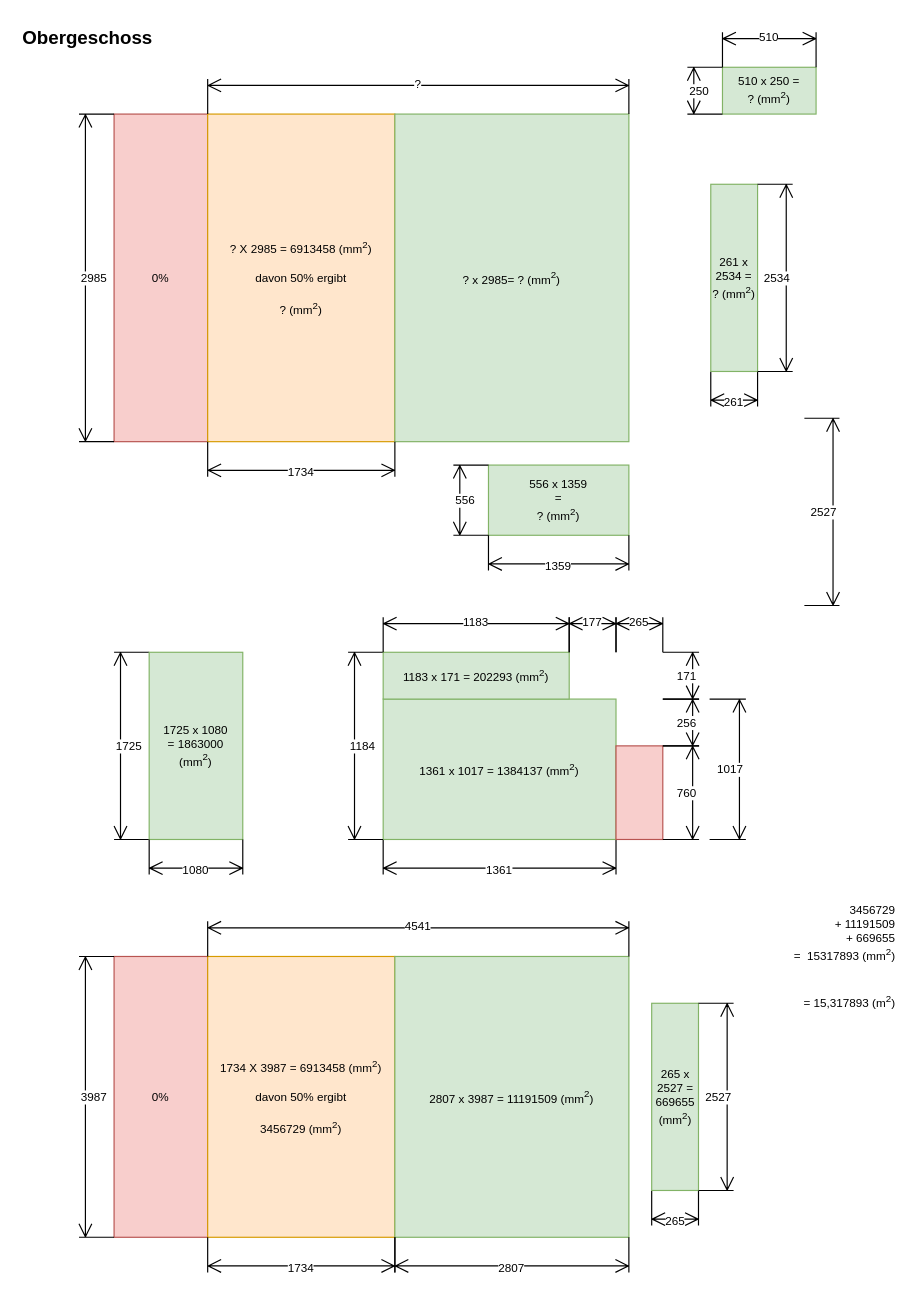
The draw.io diagram page "Obergeschoss" (2 of 3) of ruderzimmer.drawio in episcopus2001/wohnflaeche, before the edit. Source tidied: cells renumbered, new cells numbered last; positions are measured from the earlier drawing's top-left corner, leaving out a move shared by most shapes. Both pictures are drawn from the tidied source at 117%, with x=0, y=0 at pixel (20, 20).
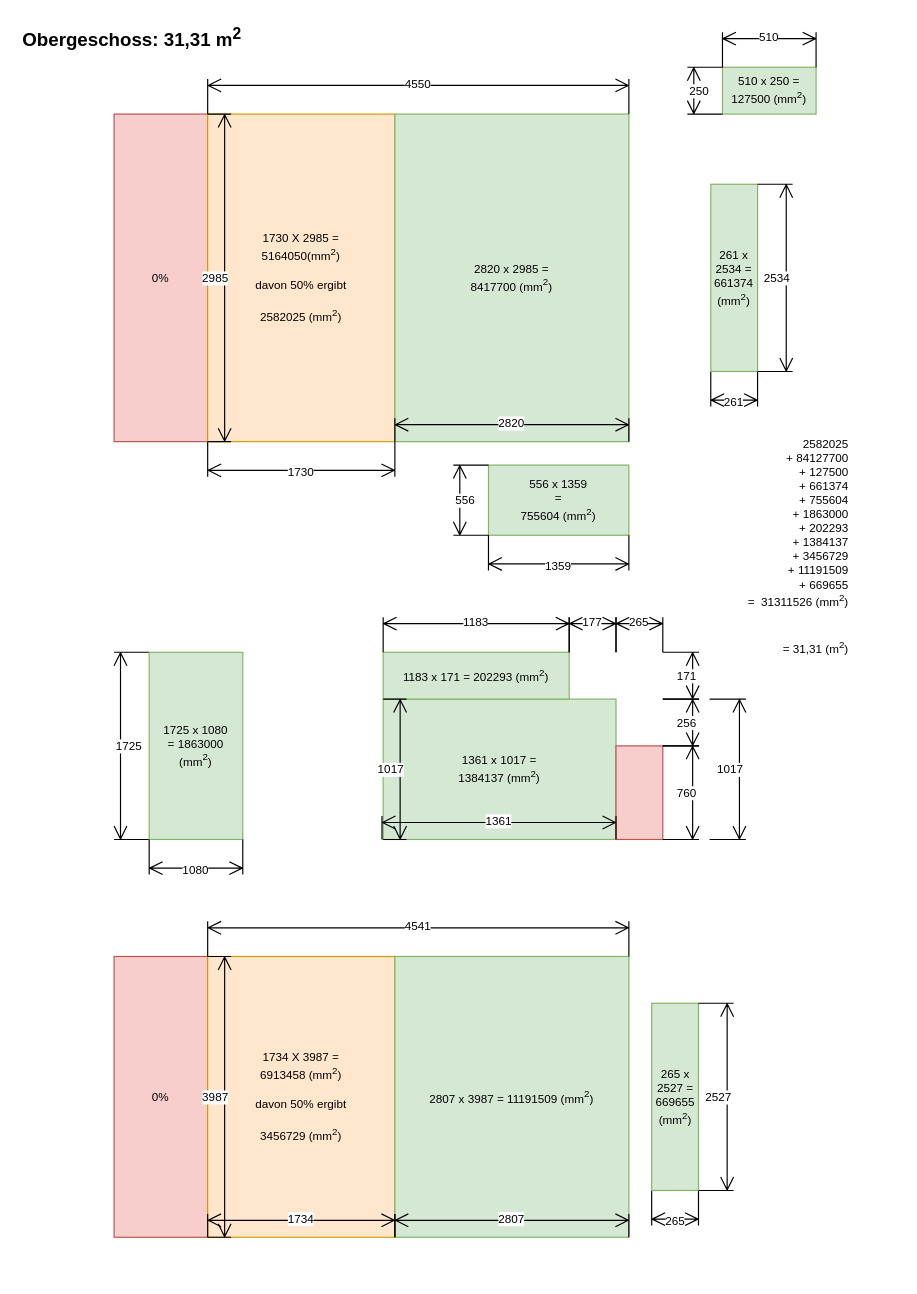
The same diagram, later.

The edit, as a diff of the source:
```diff
@@
-    <mxCell id="2" value="Obergeschoss" style="text;html=1;strokeColor=none;fillColor=none;align=left;verticalAlign=middle;whiteSpace=wrap;rounded=0;fontStyle=1;fontSize=16;" parent="1" vertex="1">
-      <mxGeometry width="160" height="30" as="geometry" />
+    <mxCell id="2" value="Obergeschoss: 31,31 m&lt;sup&gt;2&lt;/sup&gt;" style="text;html=1;strokeColor=none;fillColor=none;align=left;verticalAlign=middle;whiteSpace=wrap;rounded=0;fontStyle=1;fontSize=16;" parent="1" vertex="1">
+      <mxGeometry width="280" height="30" as="geometry" />
     </mxCell>
@@
-    <mxCell id="5" value="3987" style="shape=dimension;direction=south;whiteSpace=wrap;html=1;align=left;verticalAlign=middle;labelBackgroundColor=#ffffff;fontSize=10;" parent="1" vertex="1">
-      <mxGeometry x="50" y="800" width="30" height="240" as="geometry" />
-    </mxCell>
@@
-    <mxCell id="8" value="1734 X 3987 = 6913458 (mm&lt;sup&gt;2&lt;/sup&gt;) &lt;br&gt;&lt;br&gt;&lt;div&gt;davon 50% ergibt&lt;/div&gt;&lt;div&gt;&lt;br&gt;&lt;/div&gt;&lt;div&gt;3456729 (mm&lt;sup&gt;2&lt;/sup&gt;)&lt;/div&gt;" style="rounded=0;whiteSpace=wrap;html=1;fillColor=#ffe6cc;strokeColor=#d79b00;fontSize=10;" parent="1" vertex="1">
+    <mxCell id="8" value="1734 X 3987 =&lt;br&gt;6913458 (mm&lt;sup&gt;2&lt;/sup&gt;) &lt;br&gt;&lt;br&gt;&lt;div&gt;davon 50% ergibt&lt;/div&gt;&lt;div&gt;&lt;br&gt;&lt;/div&gt;&lt;div&gt;3456729 (mm&lt;sup&gt;2&lt;/sup&gt;)&lt;/div&gt;" style="rounded=0;whiteSpace=wrap;html=1;fillColor=#ffe6cc;strokeColor=#d79b00;fontSize=10;" parent="1" vertex="1">
       <mxGeometry x="160" y="800" width="160" height="240" as="geometry" />
     </mxCell>
@@
-    <mxCell id="10" value="2807" style="shape=dimension;whiteSpace=wrap;html=1;align=center;verticalAlign=bottom;spacingBottom=-5;labelBackgroundColor=#ffffff;fontSize=10;" parent="1" vertex="1">
-      <mxGeometry x="320" y="1040" width="200" height="30" as="geometry" />
-    </mxCell>
-    <mxCell id="11" value="1734" style="shape=dimension;whiteSpace=wrap;html=1;align=center;verticalAlign=bottom;spacingBottom=-5;labelBackgroundColor=#ffffff;fontSize=10;" parent="1" vertex="1">
-      <mxGeometry x="160" y="1040" width="160" height="30" as="geometry" />
-    </mxCell>
-    <mxCell id="12" value="3456729&lt;br&gt;&lt;div&gt;+ 11191509&lt;br&gt;+ 669655&lt;br&gt;=&amp;nbsp; 15317893 (mm&lt;sup&gt;2&lt;/sup&gt;)&lt;br&gt;&lt;/div&gt;&lt;br&gt;&lt;br&gt;= 15,317893 (m&lt;sup&gt;2&lt;/sup&gt;)" style="text;html=1;strokeColor=none;fillColor=none;align=right;verticalAlign=middle;whiteSpace=wrap;rounded=0;fontSize=10;fontColor=none;" parent="1" vertex="1">
-      <mxGeometry x="650" y="780" width="100" height="40" as="geometry" />
+    <mxCell id="12" value="2582025&lt;br&gt;+ 84127700&lt;br&gt;+ 127500&lt;br&gt;+ 661374&lt;br&gt;+ 755604&lt;br&gt;+ 1863000&lt;br&gt;+ 202293&lt;br&gt;+ 1384137&lt;br&gt;+ 3456729&lt;br&gt;+ 11191509&lt;br&gt;+ 669655&lt;br&gt;&lt;div&gt;=&amp;nbsp; 31311526 (mm&lt;sup&gt;2&lt;/sup&gt;)&lt;br&gt;&lt;/div&gt;&lt;br&gt;&lt;br&gt;= 31,31 (m&lt;sup&gt;2&lt;/sup&gt;)" style="text;html=1;strokeColor=none;fillColor=none;align=right;verticalAlign=middle;whiteSpace=wrap;rounded=0;fontSize=10;fontColor=none;" parent="1" vertex="1">
+      <mxGeometry x="609.5" y="430" width="100" height="40" as="geometry" />
     </mxCell>
@@
-    <mxCell id="15" value="2985" style="shape=dimension;direction=south;whiteSpace=wrap;html=1;align=left;verticalAlign=middle;labelBackgroundColor=#ffffff;fontSize=10;" parent="1" vertex="1">
-      <mxGeometry x="50" y="80" width="30" height="280" as="geometry" />
-    </mxCell>
-    <mxCell id="16" value="261 x 2534 = ? (mm&lt;sup&gt;2&lt;/sup&gt;)" style="rounded=0;whiteSpace=wrap;html=1;fillColor=#d5e8d4;strokeColor=#82b366;fontSize=10;" parent="1" vertex="1">
+    <mxCell id="16" value="261 x 2534 = 661374 (mm&lt;sup&gt;2&lt;/sup&gt;)" style="rounded=0;whiteSpace=wrap;html=1;fillColor=#d5e8d4;strokeColor=#82b366;fontSize=10;" parent="1" vertex="1">
       <mxGeometry x="590" y="140" width="40" height="160" as="geometry" />
     </mxCell>
@@
-    <mxCell id="18" value="? X 2985 = 6913458 (mm&lt;sup&gt;2&lt;/sup&gt;) &lt;br&gt;&lt;br&gt;&lt;div&gt;davon 50% ergibt&lt;/div&gt;&lt;div&gt;&lt;br&gt;&lt;/div&gt;&lt;div&gt;? (mm&lt;sup&gt;2&lt;/sup&gt;)&lt;/div&gt;" style="rounded=0;whiteSpace=wrap;html=1;fillColor=#ffe6cc;strokeColor=#d79b00;fontSize=10;" parent="1" vertex="1">
+    <mxCell id="18" value="1730 X 2985 =&lt;br&gt;5164050(mm&lt;sup&gt;2&lt;/sup&gt;) &lt;br&gt;&lt;br&gt;&lt;div&gt;davon 50% ergibt&lt;/div&gt;&lt;div&gt;&lt;br&gt;&lt;/div&gt;&lt;div&gt;2582025 (mm&lt;sup&gt;2&lt;/sup&gt;)&lt;/div&gt;" style="rounded=0;whiteSpace=wrap;html=1;fillColor=#ffe6cc;strokeColor=#d79b00;fontSize=10;" parent="1" vertex="1">
       <mxGeometry x="160" y="80" width="160" height="280" as="geometry" />
     </mxCell>
-    <mxCell id="19" value="? x 2985= ? (mm&lt;sup&gt;2&lt;/sup&gt;)" style="rounded=0;whiteSpace=wrap;html=1;fillColor=#d5e8d4;strokeColor=#82b366;fontSize=10;" parent="1" vertex="1">
+    <mxCell id="19" value="2820 x 2985 =&lt;br&gt;8417700 (mm&lt;sup&gt;2&lt;/sup&gt;)" style="rounded=0;whiteSpace=wrap;html=1;fillColor=#d5e8d4;strokeColor=#82b366;fontSize=10;" parent="1" vertex="1">
       <mxGeometry x="320" y="80" width="200" height="280" as="geometry" />
     </mxCell>
-    <mxCell id="20" value="1734" style="shape=dimension;whiteSpace=wrap;html=1;align=center;verticalAlign=bottom;spacingBottom=-5;labelBackgroundColor=#ffffff;fontSize=10;" parent="1" vertex="1">
+    <mxCell id="20" value="1730" style="shape=dimension;whiteSpace=wrap;html=1;align=center;verticalAlign=bottom;spacingBottom=-5;labelBackgroundColor=#ffffff;fontSize=10;" parent="1" vertex="1">
       <mxGeometry x="160" y="360" width="160" height="30" as="geometry" />
     </mxCell>
@@
-    <mxCell id="24" value="1361" style="shape=dimension;whiteSpace=wrap;html=1;align=center;verticalAlign=bottom;spacingBottom=-5;labelBackgroundColor=#ffffff;fontSize=10;" parent="1" vertex="1">
-      <mxGeometry x="310" y="700" width="199" height="30" as="geometry" />
-    </mxCell>
-    <mxCell id="25" value="1361 x 1017 = 1384137  (mm&lt;sup&gt;2&lt;/sup&gt;)" style="rounded=0;whiteSpace=wrap;html=1;fillColor=#d5e8d4;strokeColor=#82b366;fontSize=10;" parent="1" vertex="1">
+    <mxCell id="25" value="1361 x 1017 =&lt;br&gt;1384137  (mm&lt;sup&gt;2&lt;/sup&gt;)" style="rounded=0;whiteSpace=wrap;html=1;fillColor=#d5e8d4;strokeColor=#82b366;fontSize=10;" parent="1" vertex="1">
       <mxGeometry x="310" y="580" width="199" height="120" as="geometry" />
     </mxCell>
-    <mxCell id="26" value="1184" style="shape=dimension;direction=south;whiteSpace=wrap;html=1;align=left;verticalAlign=middle;labelBackgroundColor=#ffffff;fontSize=10;" parent="1" vertex="1">
-      <mxGeometry x="280" y="540" width="30" height="160" as="geometry" />
-    </mxCell>
@@
-    <mxCell id="36" value="?" style="shape=dimension;direction=west;whiteSpace=wrap;html=1;align=center;verticalAlign=top;spacingTop=-8;labelBackgroundColor=#ffffff;fontSize=10;" parent="1" vertex="1">
+    <mxCell id="36" value="4550" style="shape=dimension;direction=west;whiteSpace=wrap;html=1;align=center;verticalAlign=top;spacingTop=-8;labelBackgroundColor=#ffffff;fontSize=10;" parent="1" vertex="1">
       <mxGeometry x="160" y="50" width="360" height="30" as="geometry" />
     </mxCell>
@@
-    <mxCell id="38" value="556 x 1359&lt;br&gt;=&lt;br&gt;? (mm&lt;sup&gt;2&lt;/sup&gt;)" style="rounded=0;whiteSpace=wrap;html=1;fillColor=#d5e8d4;strokeColor=#82b366;fontSize=10;" parent="1" vertex="1">
+    <mxCell id="38" value="556 x 1359&lt;br&gt;=&lt;br&gt;755604 (mm&lt;sup&gt;2&lt;/sup&gt;)" style="rounded=0;whiteSpace=wrap;html=1;fillColor=#d5e8d4;strokeColor=#82b366;fontSize=10;" parent="1" vertex="1">
       <mxGeometry x="400" y="380" width="120" height="60" as="geometry" />
     </mxCell>
-    <mxCell id="39" value="2527" style="shape=dimension;direction=north;whiteSpace=wrap;html=1;align=right;verticalAlign=middle;labelBackgroundColor=#ffffff;fontSize=10;" parent="1" vertex="1">
-      <mxGeometry x="670" y="340" width="30" height="160" as="geometry" />
-    </mxCell>
@@
-    <mxCell id="42" value="510 x 250 =&lt;br&gt;? (mm&lt;sup&gt;2&lt;/sup&gt;)" style="rounded=0;whiteSpace=wrap;html=1;fillColor=#d5e8d4;strokeColor=#82b366;fontSize=10;" parent="1" vertex="1">
+    <mxCell id="42" value="510 x 250 =&lt;br&gt;127500 (mm&lt;sup&gt;2&lt;/sup&gt;)" style="rounded=0;whiteSpace=wrap;html=1;fillColor=#d5e8d4;strokeColor=#82b366;fontSize=10;" parent="1" vertex="1">
       <mxGeometry x="600" y="40" width="80" height="40" as="geometry" />
     </mxCell>
@@
+    <mxCell id="45" value="2820" style="shape=dimension;direction=west;whiteSpace=wrap;html=1;align=center;verticalAlign=top;spacingTop=-8;labelBackgroundColor=#ffffff;fontSize=10;" parent="1" vertex="1">
+      <mxGeometry x="320" y="340" width="200" height="20" as="geometry" />
+    </mxCell>
+    <mxCell id="5" value="3987" style="shape=dimension;direction=north;whiteSpace=wrap;html=1;align=right;verticalAlign=middle;labelBackgroundColor=#ffffff;fontSize=10;" parent="1" vertex="1">
+      <mxGeometry x="160" y="800" width="20" height="240" as="geometry" />
+    </mxCell>
+    <mxCell id="11" value="1734" style="shape=dimension;direction=west;whiteSpace=wrap;html=1;align=center;verticalAlign=top;spacingTop=-8;labelBackgroundColor=#ffffff;fontSize=10;" parent="1" vertex="1">
+      <mxGeometry x="160" y="1020" width="160" height="20" as="geometry" />
+    </mxCell>
+    <mxCell id="10" value="2807" style="shape=dimension;direction=west;whiteSpace=wrap;html=1;align=center;verticalAlign=top;spacingTop=-8;labelBackgroundColor=#ffffff;fontSize=10;" parent="1" vertex="1">
+      <mxGeometry x="320" y="1020" width="200" height="20" as="geometry" />
+    </mxCell>
+    <mxCell id="15" value="2985" style="shape=dimension;direction=north;whiteSpace=wrap;html=1;align=right;verticalAlign=middle;labelBackgroundColor=#ffffff;fontSize=10;" parent="1" vertex="1">
+      <mxGeometry x="160" y="80" width="20" height="280" as="geometry" />
+    </mxCell>
+    <mxCell id="46" value="1017" style="shape=dimension;direction=north;whiteSpace=wrap;html=1;align=right;verticalAlign=middle;labelBackgroundColor=#ffffff;fontSize=10;" parent="1" vertex="1">
+      <mxGeometry x="310" y="580" width="20" height="120" as="geometry" />
+    </mxCell>
+    <mxCell id="24" value="1361" style="shape=dimension;direction=west;whiteSpace=wrap;html=1;align=center;verticalAlign=top;spacingTop=-8;labelBackgroundColor=#ffffff;fontSize=10;" parent="1" vertex="1">
+      <mxGeometry x="309" y="680" width="200" height="20" as="geometry" />
+    </mxCell>
```
